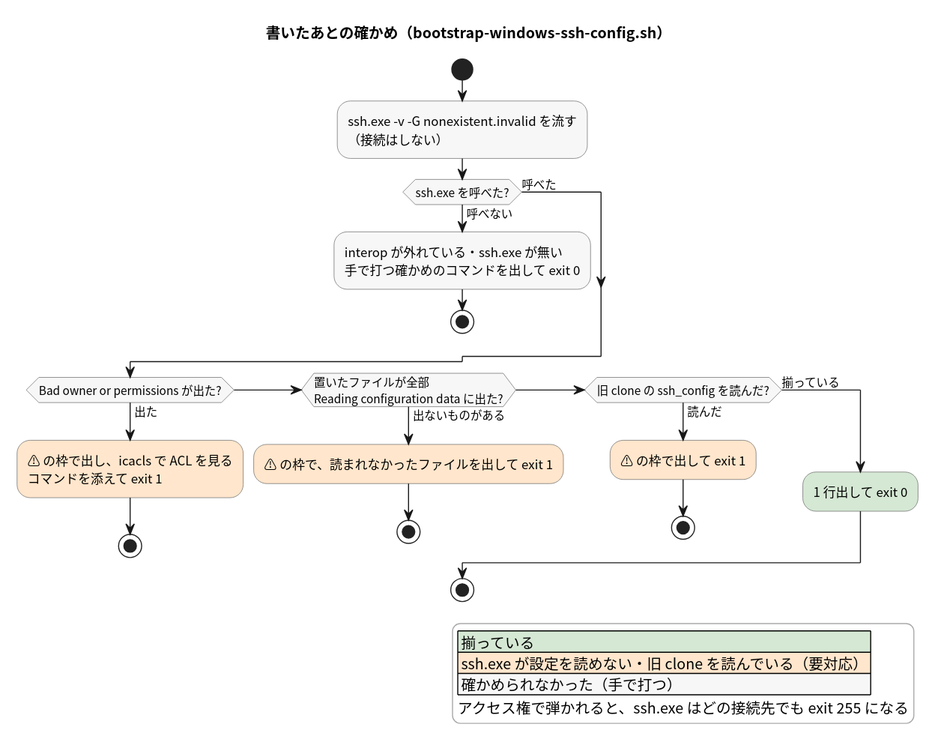
Before: docs/adr/016_ssh_config_from_dotfiles_private_20261012T131912JST/plantuml/out/04_windows_check.svg, a diagram exported from PlantUML (pollenjp/dotfiles).
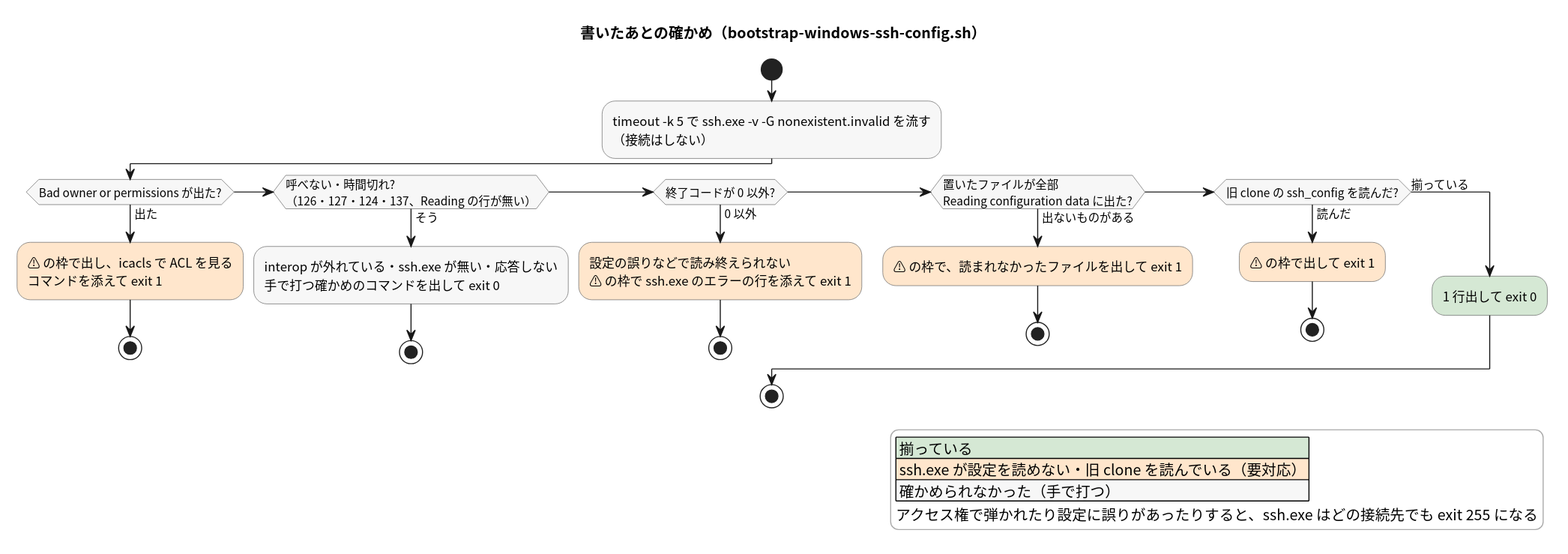
After the change.

Commit message:
docs: 確かめの終了コードと時間切れの扱いを ADR 016・図・win/README.md に書き、検証の件数を直す (TKT-145)

Change to the diagram source:
```diff
@@ -15,17 +15,20 @@
 title 書いたあとの確かめ（bootstrap-windows-ssh-config.sh）
 
 start
-:ssh.exe -v -G nonexistent.invalid を流す
+:timeout -k 5 で ssh.exe -v -G nonexistent.invalid を流す
 （接続はしない）;
-if (ssh.exe を呼べた?) then (呼べない)
-  :interop が外れている・ssh.exe が無い
-  手で打つ確かめのコマンドを出して exit 0;
-  stop
-else (呼べた)
-endif
 if (Bad owner or permissions が出た?) then (出た)
   :⚠ の枠で出し、icacls で ACL を見る
   コマンドを添えて exit 1; <<#FFE6CC>>
+  stop
+elseif (呼べない・時間切れ?
+（126・127・124・137、Reading の行が無い）) then (そう)
+  :interop が外れている・ssh.exe が無い・応答しない
+  手で打つ確かめのコマンドを出して exit 0;
+  stop
+elseif (終了コードが 0 以外?) then (0 以外)
+  :設定の誤りなどで読み終えられない
+  ⚠ の枠で ssh.exe のエラーの行を添えて exit 1; <<#FFE6CC>>
   stop
 elseif (置いたファイルが全部
 Reading configuration data に出た?) then (出ないものがある)
@@ -43,6 +46,6 @@
   |<#D5E8D4> 揃っている |
   |<#FFE6CC> ssh.exe が設定を読めない・旧 clone を読んでいる（要対応） |
   |<#F7F7F7> 確かめられなかった（手で打つ） |
-  アクセス権で弾かれると、ssh.exe はどの接続先でも exit 255 になる
+  アクセス権で弾かれたり設定に誤りがあったりすると、ssh.exe はどの接続先でも exit 255 になる
 endlegend
 @enduml
```
